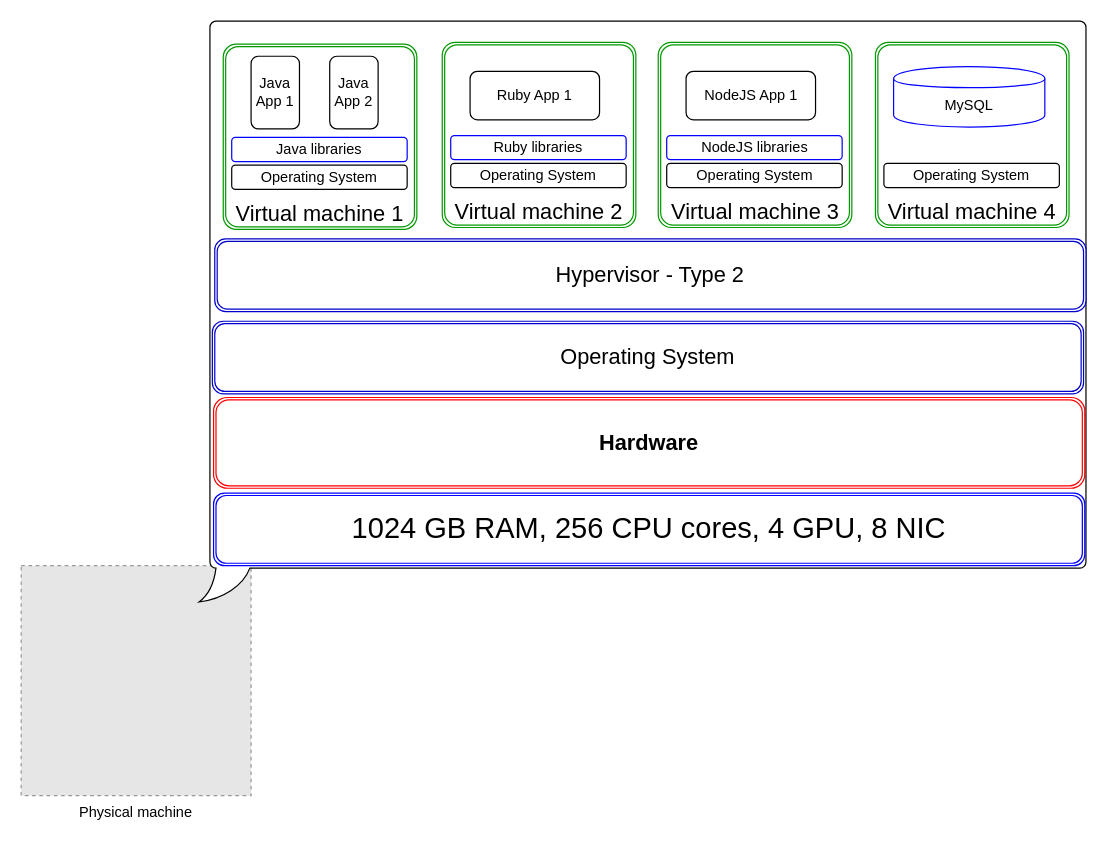
Before: page "VM 2" (3 of 4) of why-containers.drawio in prabhatsharma/draw.io, a draw.io diagram. Source tidied: cells renumbered, new cells numbered last; positions are measured from the earlier drawing's top-left corner, leaving out a move shared by most shapes. Both pictures are drawn from the tidied source at 121%, with x=0, y=0 at pixel (21, 21). Pictures stored in the file or linked from it are replaced by grey dashed boxes.
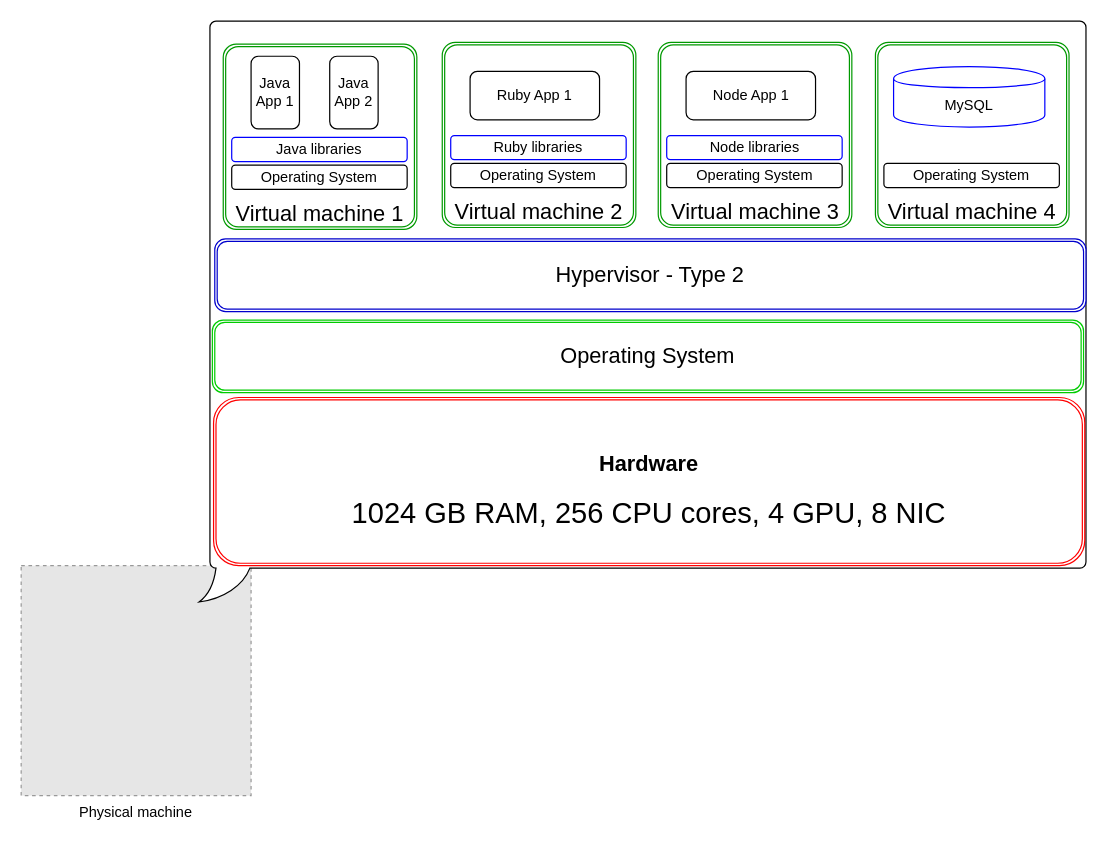
The same diagram, later.

The change refers to these unchanged cells:
```xml
<mxCell id="18" style="group;" parent="1" vertex="1">
  <mxGeometry x="526.5" y="17.5" width="160" height="153" as="geometry" />
</mxCell>
```

The edit, as a diff of the source:
```diff
@@
-    <mxCell id="4" value="&lt;h2&gt;Hardware&lt;/h2&gt;" style="shape=ext;double=1;rounded=1;whiteSpace=wrap;html=1;strokeColor=#FF0000;" parent="1" vertex="1">
-      <mxGeometry x="159" y="311" width="720" height="75" as="geometry" />
-    </mxCell>
-    <mxCell id="5" value="&lt;span style=&quot;font-size: 24px ; white-space: normal&quot;&gt;1024 GB RAM, 256 CPU cores, 4 GPU, 8 NIC&lt;/span&gt;" style="shape=ext;double=1;rounded=1;whiteSpace=wrap;html=1;strokeColor=#0000FF;" parent="1" vertex="1">
-      <mxGeometry x="159" y="390" width="720" height="60" as="geometry" />
-    </mxCell>
-    <mxCell id="6" value="&lt;font style=&quot;font-size: 18px&quot;&gt;Operating System&lt;/font&gt;" style="shape=ext;double=1;rounded=1;whiteSpace=wrap;html=1;strokeColor=#0000CC;" parent="1" vertex="1">
-      <mxGeometry x="158" y="248" width="720" height="60" as="geometry" />
+    <mxCell id="6" value="&lt;font style=&quot;font-size: 18px&quot;&gt;Operating System&lt;/font&gt;" style="shape=ext;double=1;rounded=1;whiteSpace=wrap;html=1;strokeColor=#00CC00;" parent="1" vertex="1">
+      <mxGeometry x="158" y="247" width="720" height="60" as="geometry" />
     </mxCell>
@@
-    <mxCell id="21" value="NodeJS libraries" style="rounded=1;whiteSpace=wrap;html=1;strokeColor=#0000FF;" parent="18" vertex="1">
+    <mxCell id="21" value="Node libraries" style="rounded=1;whiteSpace=wrap;html=1;strokeColor=#0000FF;" parent="18" vertex="1">
       <mxGeometry x="7" y="77" width="145" height="20" as="geometry" />
     </mxCell>
-    <mxCell id="22" value="NodeJS App 1" style="rounded=1;whiteSpace=wrap;html=1;" parent="18" vertex="1">
+    <mxCell id="22" value="Node App 1" style="rounded=1;whiteSpace=wrap;html=1;" parent="18" vertex="1">
       <mxGeometry x="23" y="24" width="107" height="40" as="geometry" />
     </mxCell>
@@
+    <mxCell id="28" value="&lt;h2&gt;Hardware&lt;/h2&gt;&lt;div&gt;&lt;span style=&quot;font-size: 24px&quot;&gt;1024 GB RAM, 256 CPU cores, 4 GPU, 8 NIC&lt;/span&gt;&lt;br&gt;&lt;/div&gt;" style="shape=ext;double=1;rounded=1;whiteSpace=wrap;html=1;strokeColor=#FF0000;" parent="1" vertex="1">
+      <mxGeometry x="159" y="311" width="720" height="139" as="geometry" />
+    </mxCell>
```
